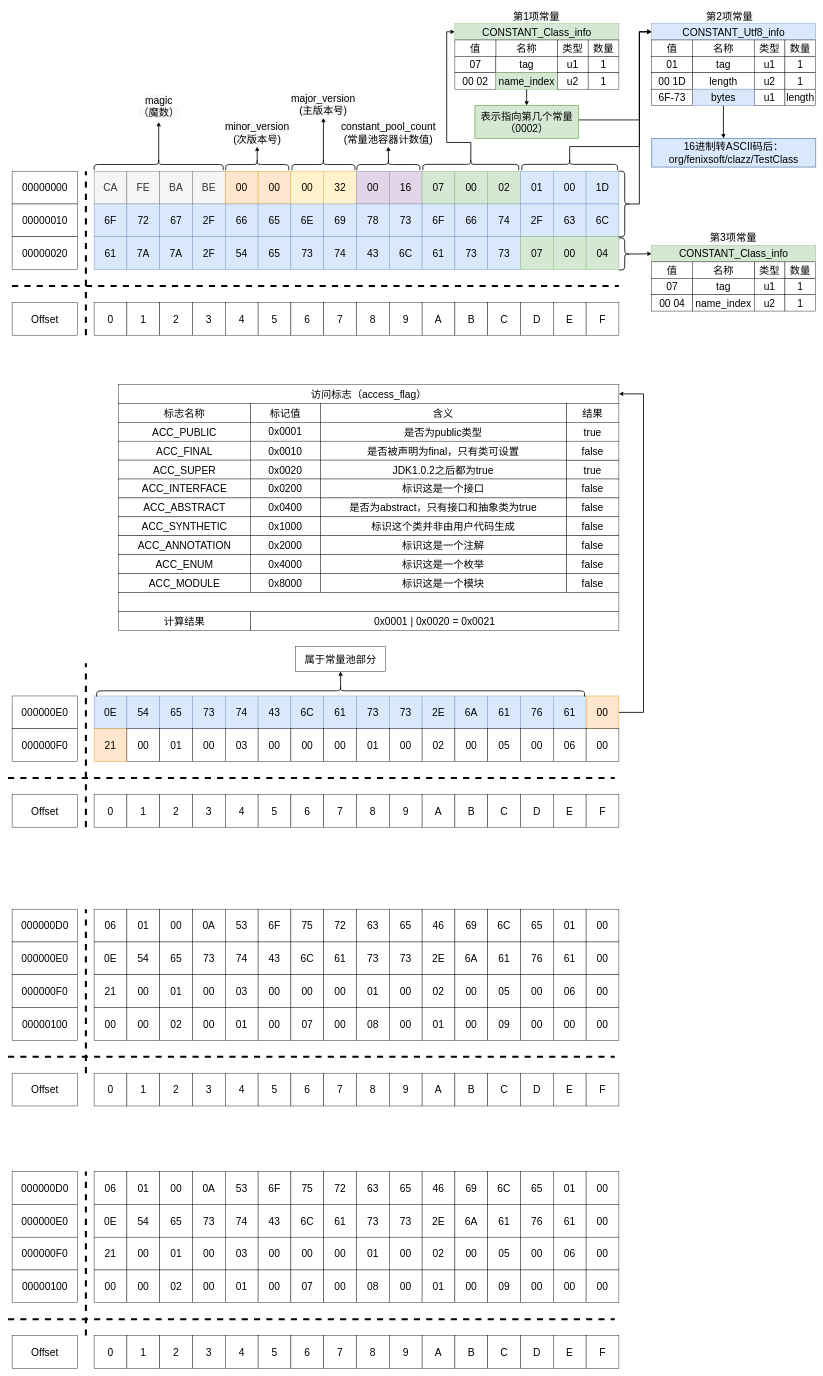
Earlier version of the draw.io diagram 常量池/Untitled Diagram.drawio (zero-97/picture-of-the-article). Source tidied: cells renumbered, new cells numbered last; positions are measured from the earlier drawing's top-left corner, leaving out a move shared by most shapes. Both pictures are drawn from the tidied source at 41%, with x=0, y=0 at pixel (8, 7).
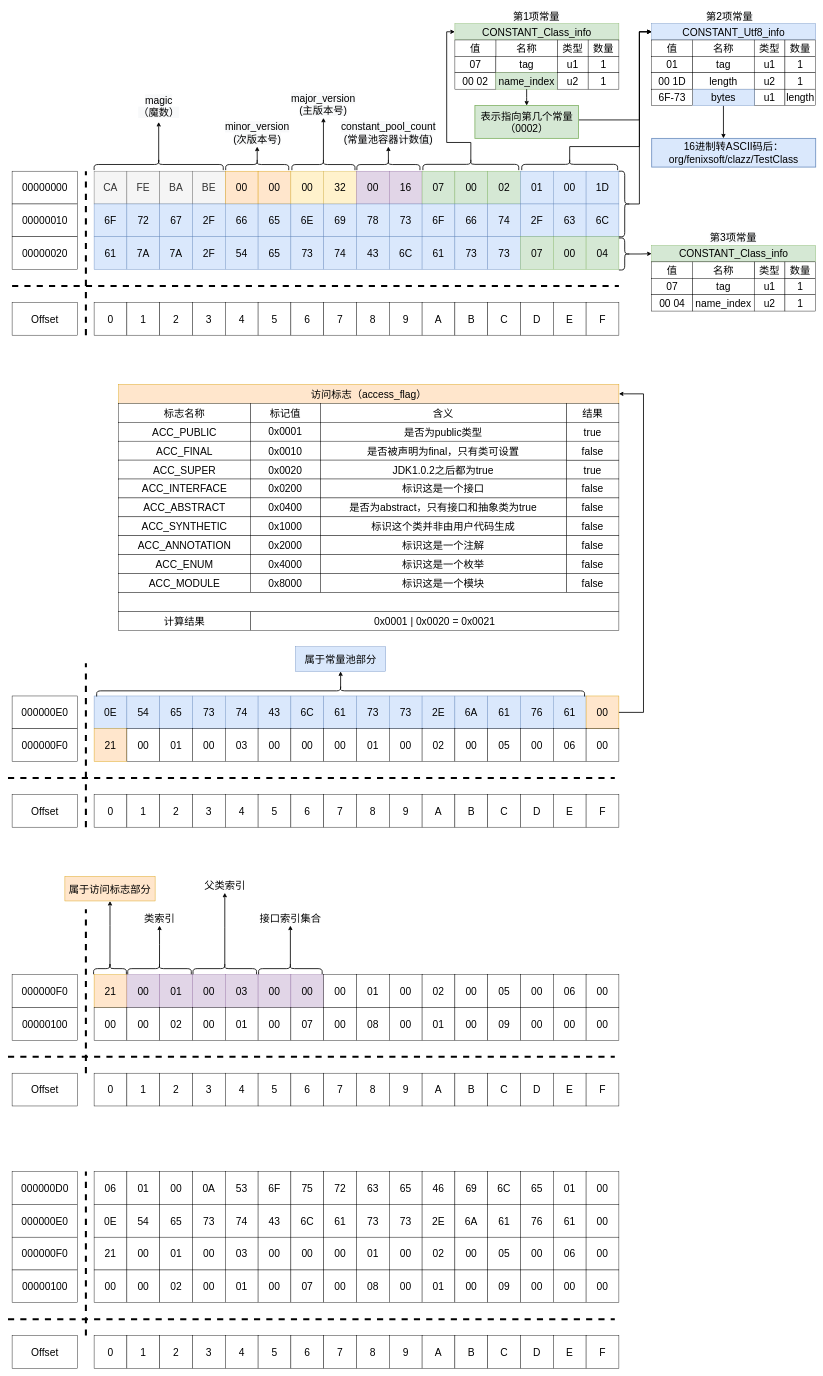
The same diagram, later.

Unchanged cells that the change refers to:
```xml
<mxCell id="223" style="group;" parent="1" vertex="1">
  <mxGeometry x="10" y="2200" width="160" height="240" as="geometry" />
</mxCell>
<mxCell id="337" style="group;" parent="1" vertex="1">
  <mxGeometry y="920" width="1550" height="1080" as="geometry" />
</mxCell>
<mxCell id="393" style="group;" parent="337" vertex="1">
  <mxGeometry x="270" width="1220" height="600" as="geometry" />
</mxCell>
```

What changed in the source:
```diff
@@
-    <mxCell id="157" value="06" style="whiteSpace=wrap;html=1;fontSize=25;" parent="1" vertex="1">
-      <mxGeometry x="210" y="2200" width="80" height="80" as="geometry" />
-    </mxCell>
-    <mxCell id="158" value="01" style="whiteSpace=wrap;html=1;fontSize=25;" parent="1" vertex="1">
-      <mxGeometry x="290" y="2200" width="80" height="80" as="geometry" />
-    </mxCell>
-    <mxCell id="159" value="00" style="whiteSpace=wrap;html=1;fontSize=25;" parent="1" vertex="1">
-      <mxGeometry x="370" y="2200" width="80" height="80" as="geometry" />
-    </mxCell>
-    <mxCell id="160" value="0A" style="whiteSpace=wrap;html=1;fontSize=25;" parent="1" vertex="1">
-      <mxGeometry x="450" y="2200" width="80" height="80" as="geometry" />
-    </mxCell>
-    <mxCell id="161" value="53" style="whiteSpace=wrap;html=1;fontSize=25;" parent="1" vertex="1">
-      <mxGeometry x="530" y="2200" width="80" height="80" as="geometry" />
-    </mxCell>
-    <mxCell id="162" value="6F" style="whiteSpace=wrap;html=1;fontSize=25;" parent="1" vertex="1">
-      <mxGeometry x="610" y="2200" width="80" height="80" as="geometry" />
-    </mxCell>
-    <mxCell id="163" value="75" style="whiteSpace=wrap;html=1;fontSize=25;" parent="1" vertex="1">
-      <mxGeometry x="690" y="2200" width="80" height="80" as="geometry" />
-    </mxCell>
-    <mxCell id="164" value="72" style="whiteSpace=wrap;html=1;fontSize=25;" parent="1" vertex="1">
-      <mxGeometry x="770" y="2200" width="80" height="80" as="geometry" />
-    </mxCell>
-    <mxCell id="165" value="63" style="whiteSpace=wrap;html=1;fontSize=25;" parent="1" vertex="1">
-      <mxGeometry x="850" y="2200" width="80" height="80" as="geometry" />
-    </mxCell>
-    <mxCell id="166" value="65" style="whiteSpace=wrap;html=1;fontSize=25;" parent="1" vertex="1">
-      <mxGeometry x="930" y="2200" width="80" height="80" as="geometry" />
-    </mxCell>
-    <mxCell id="167" value="46" style="whiteSpace=wrap;html=1;fontSize=25;" parent="1" vertex="1">
-      <mxGeometry x="1010" y="2200" width="80" height="80" as="geometry" />
-    </mxCell>
-    <mxCell id="168" value="69" style="whiteSpace=wrap;html=1;fontSize=25;" parent="1" vertex="1">
-      <mxGeometry x="1090" y="2200" width="80" height="80" as="geometry" />
-    </mxCell>
-    <mxCell id="169" value="0E" style="whiteSpace=wrap;html=1;fontSize=25;" parent="1" vertex="1">
-      <mxGeometry x="210" y="2280" width="80" height="80" as="geometry" />
-    </mxCell>
-    <mxCell id="170" value="54" style="whiteSpace=wrap;html=1;fontSize=25;" parent="1" vertex="1">
-      <mxGeometry x="290" y="2280" width="80" height="80" as="geometry" />
-    </mxCell>
-    <mxCell id="171" value="65" style="whiteSpace=wrap;html=1;fontSize=25;" parent="1" vertex="1">
-      <mxGeometry x="370" y="2280" width="80" height="80" as="geometry" />
-    </mxCell>
-    <mxCell id="172" value="73" style="whiteSpace=wrap;html=1;fontSize=25;" parent="1" vertex="1">
-      <mxGeometry x="450" y="2280" width="80" height="80" as="geometry" />
-    </mxCell>
-    <mxCell id="173" value="74" style="whiteSpace=wrap;html=1;fontSize=25;" parent="1" vertex="1">
-      <mxGeometry x="530" y="2280" width="80" height="80" as="geometry" />
-    </mxCell>
-    <mxCell id="174" value="43" style="whiteSpace=wrap;html=1;fontSize=25;" parent="1" vertex="1">
-      <mxGeometry x="610" y="2280" width="80" height="80" as="geometry" />
-    </mxCell>
-    <mxCell id="175" value="6C" style="whiteSpace=wrap;html=1;fontSize=25;" parent="1" vertex="1">
-      <mxGeometry x="690" y="2280" width="80" height="80" as="geometry" />
-    </mxCell>
-    <mxCell id="176" value="61" style="whiteSpace=wrap;html=1;fontSize=25;" parent="1" vertex="1">
-      <mxGeometry x="770" y="2280" width="80" height="80" as="geometry" />
-    </mxCell>
-    <mxCell id="177" value="73" style="whiteSpace=wrap;html=1;fontSize=25;" parent="1" vertex="1">
-      <mxGeometry x="850" y="2280" width="80" height="80" as="geometry" />
-    </mxCell>
-    <mxCell id="178" value="73" style="whiteSpace=wrap;html=1;fontSize=25;" parent="1" vertex="1">
-      <mxGeometry x="930" y="2280" width="80" height="80" as="geometry" />
-    </mxCell>
-    <mxCell id="179" value="2E" style="whiteSpace=wrap;html=1;fontSize=25;" parent="1" vertex="1">
-      <mxGeometry x="1010" y="2280" width="80" height="80" as="geometry" />
-    </mxCell>
-    <mxCell id="180" value="6A" style="whiteSpace=wrap;html=1;fontSize=25;" parent="1" vertex="1">
-      <mxGeometry x="1090" y="2280" width="80" height="80" as="geometry" />
-    </mxCell>
-    <mxCell id="181" value="21" style="whiteSpace=wrap;html=1;fontSize=25;" parent="1" vertex="1">
+    <mxCell id="181" value="21" style="whiteSpace=wrap;html=1;fontSize=25;fillColor=#ffe6cc;strokeColor=#d79b00;" parent="1" vertex="1">
       <mxGeometry x="210" y="2360" width="80" height="80" as="geometry" />
     </mxCell>
-    <mxCell id="182" value="00" style="whiteSpace=wrap;html=1;fontSize=25;" parent="1" vertex="1">
+    <mxCell id="182" value="00" style="whiteSpace=wrap;html=1;fontSize=25;fillColor=#e1d5e7;strokeColor=#9673a6;" parent="1" vertex="1">
       <mxGeometry x="290" y="2360" width="80" height="80" as="geometry" />
     </mxCell>
-    <mxCell id="183" value="01" style="whiteSpace=wrap;html=1;fontSize=25;" parent="1" vertex="1">
+    <mxCell id="183" value="01" style="whiteSpace=wrap;html=1;fontSize=25;fillColor=#e1d5e7;strokeColor=#9673a6;" parent="1" vertex="1">
       <mxGeometry x="370" y="2360" width="80" height="80" as="geometry" />
     </mxCell>
-    <mxCell id="184" value="00" style="whiteSpace=wrap;html=1;fontSize=25;" parent="1" vertex="1">
+    <mxCell id="184" value="00" style="whiteSpace=wrap;html=1;fontSize=25;fillColor=#e1d5e7;strokeColor=#9673a6;" parent="1" vertex="1">
       <mxGeometry x="450" y="2360" width="80" height="80" as="geometry" />
     </mxCell>
-    <mxCell id="185" value="03" style="whiteSpace=wrap;html=1;fontSize=25;" parent="1" vertex="1">
+    <mxCell id="185" value="03" style="whiteSpace=wrap;html=1;fontSize=25;fillColor=#e1d5e7;strokeColor=#9673a6;" parent="1" vertex="1">
       <mxGeometry x="530" y="2360" width="80" height="80" as="geometry" />
     </mxCell>
-    <mxCell id="186" value="00" style="whiteSpace=wrap;html=1;fontSize=25;" parent="1" vertex="1">
+    <mxCell id="186" value="00" style="whiteSpace=wrap;html=1;fontSize=25;fillColor=#e1d5e7;strokeColor=#9673a6;" parent="1" vertex="1">
       <mxGeometry x="610" y="2360" width="80" height="80" as="geometry" />
     </mxCell>
-    <mxCell id="187" value="00" style="whiteSpace=wrap;html=1;fontSize=25;" parent="1" vertex="1">
+    <mxCell id="187" value="00" style="whiteSpace=wrap;html=1;fontSize=25;fillColor=#e1d5e7;strokeColor=#9673a6;" parent="1" vertex="1">
       <mxGeometry x="690" y="2360" width="80" height="80" as="geometry" />
     </mxCell>
@@
-    <mxCell id="193" value="6C" style="whiteSpace=wrap;html=1;fontSize=25;" parent="1" vertex="1">
-      <mxGeometry x="1170" y="2200" width="80" height="80" as="geometry" />
-    </mxCell>
-    <mxCell id="194" value="65" style="whiteSpace=wrap;html=1;fontSize=25;" parent="1" vertex="1">
-      <mxGeometry x="1250" y="2200" width="80" height="80" as="geometry" />
-    </mxCell>
-    <mxCell id="195" value="01" style="whiteSpace=wrap;html=1;fontSize=25;" parent="1" vertex="1">
-      <mxGeometry x="1330" y="2200" width="80" height="80" as="geometry" />
-    </mxCell>
-    <mxCell id="196" value="00" style="whiteSpace=wrap;html=1;fontSize=25;" parent="1" vertex="1">
-      <mxGeometry x="1410" y="2200" width="80" height="80" as="geometry" />
-    </mxCell>
-    <mxCell id="197" value="61" style="whiteSpace=wrap;html=1;fontSize=25;" parent="1" vertex="1">
-      <mxGeometry x="1170" y="2280" width="80" height="80" as="geometry" />
-    </mxCell>
-    <mxCell id="198" value="76" style="whiteSpace=wrap;html=1;fontSize=25;" parent="1" vertex="1">
-      <mxGeometry x="1250" y="2280" width="80" height="80" as="geometry" />
-    </mxCell>
-    <mxCell id="199" value="61" style="whiteSpace=wrap;html=1;fontSize=25;" parent="1" vertex="1">
-      <mxGeometry x="1330" y="2280" width="80" height="80" as="geometry" />
-    </mxCell>
-    <mxCell id="200" value="00" style="whiteSpace=wrap;html=1;fontSize=25;" parent="1" vertex="1">
-      <mxGeometry x="1410" y="2280" width="80" height="80" as="geometry" />
-    </mxCell>
@@
-    <mxCell id="205" style="edgeStyle=orthogonalEdgeStyle;rounded=0;orthogonalLoop=1;jettySize=auto;html=1;exitX=0.5;exitY=1;exitDx=0;exitDy=0;fontSize=25;" parent="1" edge="1" source="165" target="165">
-      <mxGeometry relative="1" as="geometry" />
-    </mxCell>
@@
-    <mxCell id="224" value="000000D0" style="rounded=0;whiteSpace=wrap;html=1;fontSize=25;" parent="223" vertex="1">
-      <mxGeometry width="160" height="80" as="geometry" />
-    </mxCell>
-    <mxCell id="225" value="000000E0" style="rounded=0;whiteSpace=wrap;html=1;fontSize=25;" parent="223" vertex="1">
-      <mxGeometry y="80" width="160" height="80" as="geometry" />
-    </mxCell>
@@
-    <mxCell id="395" value="&lt;font style=&quot;font-size: 25px&quot;&gt;访问标志（access_flag）&lt;/font&gt;" style="rounded=0;whiteSpace=wrap;html=1;" parent="393" vertex="1">
+    <mxCell id="395" value="&lt;font style=&quot;font-size: 25px&quot;&gt;访问标志（access_flag）&lt;/font&gt;" style="rounded=0;whiteSpace=wrap;html=1;fillColor=#ffe6cc;strokeColor=#d79b00;" parent="393" vertex="1">
       <mxGeometry width="1220" height="46.2" as="geometry" />
     </mxCell>
@@
-    <mxCell id="443" value="属于常量池部分" style="rounded=0;whiteSpace=wrap;html=1;fontSize=25;" parent="337" vertex="1">
+    <mxCell id="443" value="属于常量池部分" style="rounded=0;whiteSpace=wrap;html=1;fontSize=25;fillColor=#dae8fc;strokeColor=#6c8ebf;" parent="337" vertex="1">
       <mxGeometry x="701.2" y="640" width="220" height="60" as="geometry" />
     </mxCell>
@@
+    <mxCell id="445" style="edgeStyle=orthogonalEdgeStyle;rounded=0;jettySize=auto;html=1;entryX=0.5;entryY=1;entryDx=0;entryDy=0;fontSize=25;strokeWidth=2;exitX=0.318;exitY=0.5;exitDx=0;exitDy=0;exitPerimeter=0;" parent="1" edge="1" source="446" target="447">
+      <mxGeometry relative="1" as="geometry">
+        <Array as="points">
+          <mxPoint x="249" y="2240" />
+          <mxPoint x="249" y="2240" />
+        </Array>
+      </mxGeometry>
+    </mxCell>
+    <mxCell id="446" style="shape=curlyBracket;whiteSpace=wrap;html=1;rounded=1;flipH=1;rotation=-90;strokeWidth=2;" parent="1" vertex="1">
+      <mxGeometry x="235" y="2305" width="27.5" height="80" as="geometry" />
+    </mxCell>
+    <mxCell id="447" value="属于访问标志部分" style="rounded=0;whiteSpace=wrap;html=1;fontSize=25;fillColor=#ffe6cc;strokeColor=#d79b00;" parent="1" vertex="1">
+      <mxGeometry x="138.8" y="2120" width="220" height="60" as="geometry" />
+    </mxCell>
+    <mxCell id="448" style="edgeStyle=orthogonalEdgeStyle;rounded=0;jettySize=auto;html=1;fontSize=25;strokeWidth=2;exitX=0.1;exitY=0.5;exitDx=0;exitDy=0;exitPerimeter=0;" parent="1" edge="1" source="449" target="454">
+      <mxGeometry relative="1" as="geometry" />
+    </mxCell>
+    <mxCell id="449" style="shape=curlyBracket;whiteSpace=wrap;html=1;rounded=1;flipH=1;rotation=-90;strokeWidth=2;" parent="1" vertex="1">
+      <mxGeometry x="355.8" y="2267.5" width="27.5" height="155" as="geometry" />
+    </mxCell>
+    <mxCell id="450" style="edgeStyle=orthogonalEdgeStyle;rounded=0;jettySize=auto;html=1;fontSize=25;strokeWidth=2;exitX=0.1;exitY=0.5;exitDx=0;exitDy=0;exitPerimeter=0;" parent="1" edge="1" source="451" target="455">
+      <mxGeometry relative="1" as="geometry" />
+    </mxCell>
+    <mxCell id="451" style="shape=curlyBracket;whiteSpace=wrap;html=1;rounded=1;flipH=1;rotation=-90;strokeWidth=2;" parent="1" vertex="1">
+      <mxGeometry x="515" y="2267.5" width="27.5" height="155" as="geometry" />
+    </mxCell>
+    <mxCell id="452" style="edgeStyle=orthogonalEdgeStyle;rounded=0;jettySize=auto;html=1;fontSize=25;strokeWidth=2;exitX=0.1;exitY=0.5;exitDx=0;exitDy=0;exitPerimeter=0;" parent="1" edge="1" source="453" target="456">
+      <mxGeometry relative="1" as="geometry" />
+    </mxCell>
+    <mxCell id="453" style="shape=curlyBracket;whiteSpace=wrap;html=1;rounded=1;flipH=1;rotation=-90;strokeWidth=2;" parent="1" vertex="1">
+      <mxGeometry x="675" y="2267.5" width="27.5" height="155" as="geometry" />
+    </mxCell>
+    <mxCell id="454" value="&lt;font face=&quot;helvetica&quot;&gt;&lt;span style=&quot;font-size: 25px&quot;&gt;类索引&lt;/span&gt;&lt;/font&gt;" style="text;whiteSpace=wrap;html=1;fontSize=20;align=center;" parent="1" vertex="1">
+      <mxGeometry x="315.8" y="2200" width="107.5" height="40" as="geometry" />
+    </mxCell>
+    <mxCell id="455" value="&lt;font face=&quot;helvetica&quot;&gt;&lt;span style=&quot;font-size: 25px&quot;&gt;父类索引&lt;/span&gt;&lt;/font&gt;" style="text;whiteSpace=wrap;html=1;fontSize=20;align=center;" parent="1" vertex="1">
+      <mxGeometry x="475" y="2120" width="107.5" height="40" as="geometry" />
+    </mxCell>
+    <mxCell id="456" value="&lt;font face=&quot;helvetica&quot;&gt;&lt;span style=&quot;font-size: 25px&quot;&gt;接口索引集合&lt;/span&gt;&lt;/font&gt;" style="text;whiteSpace=wrap;html=1;fontSize=20;align=center;" parent="1" vertex="1">
+      <mxGeometry x="608.8" y="2200" width="160" height="40" as="geometry" />
+    </mxCell>
```
